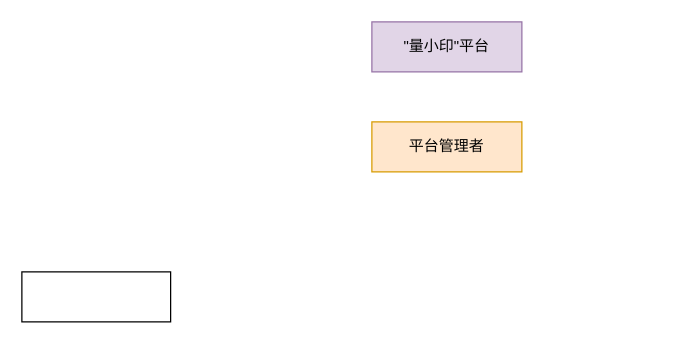
Before: 组织结构.drawio in domexie/cjlu.ink.drawio, a draw.io diagram. Source tidied: cells renumbered, new cells numbered last; positions are measured from the earlier drawing's top-left corner, leaving out a move shared by most shapes. Both pictures are drawn from the tidied source at 125%, with x=0, y=0 at pixel (21, 21).
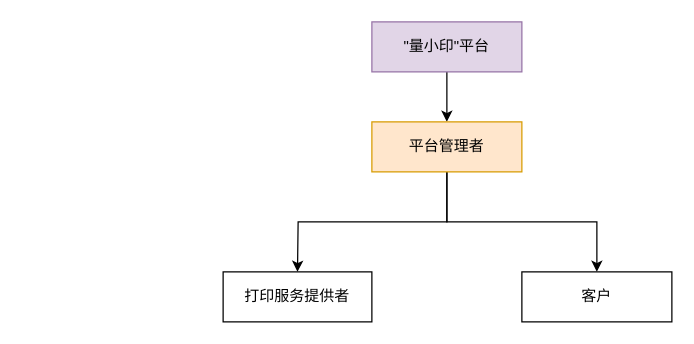
The same page after the edit.

Commit message (it also covers changes not shown here):
更新组织结构.drawio

What changed in the source:
```diff
@@
 <mxGraphModel>
   <root>
     <mxCell id="0" />
     <mxCell id="1" parent="0" />
+    <mxCell id="5" style="edgeStyle=none;rounded=0;jettySize=auto;html=1;exitX=0.5;exitY=1;exitDx=0;exitDy=0;entryX=0.5;entryY=0;entryDx=0;entryDy=0;fontFamily=Helvetica;fontSize=12;fontColor=default;" parent="1" edge="1" source="2" target="3">
+      <mxGeometry relative="1" as="geometry" />
+    </mxCell>
     <mxCell id="2" value="&quot;量小印&quot;平台" style="rounded=0;whiteSpace=wrap;html=1;fillColor=#e1d5e7;strokeColor=#9673a6;" parent="1" vertex="1">
       <mxGeometry x="280" width="120" height="40" as="geometry" />
     </mxCell>
+    <mxCell id="6" style="edgeStyle=none;rounded=0;jettySize=auto;html=1;exitX=0.5;exitY=1;exitDx=0;exitDy=0;entryX=0.5;entryY=0;entryDx=0;entryDy=0;fontFamily=Helvetica;fontSize=12;fontColor=default;" parent="1" edge="1" source="3" target="4">
+      <mxGeometry relative="1" as="geometry">
+        <Array as="points">
+          <mxPoint x="340" y="160" />
+          <mxPoint x="221" y="160" />
+        </Array>
+      </mxGeometry>
+    </mxCell>
+    <mxCell id="7" style="edgeStyle=none;rounded=0;jettySize=auto;html=1;exitX=0.5;exitY=1;exitDx=0;exitDy=0;entryX=0.5;entryY=0;entryDx=0;entryDy=0;fontFamily=Helvetica;fontSize=12;fontColor=default;" parent="1" edge="1" source="3" target="8">
+      <mxGeometry relative="1" as="geometry">
+        <Array as="points">
+          <mxPoint x="340" y="160" />
+          <mxPoint x="460" y="160" />
+        </Array>
+      </mxGeometry>
+    </mxCell>
     <mxCell id="3" value="平台管理者" style="rounded=0;whiteSpace=wrap;html=1;fillColor=#ffe6cc;strokeColor=#d79b00;" parent="1" vertex="1">
       <mxGeometry x="280" y="80" width="120" height="40" as="geometry" />
     </mxCell>
-    <mxCell id="4" style="rounded=0;whiteSpace=wrap;html=1;" parent="1" vertex="1">
-      <mxGeometry y="200" width="119" height="40" as="geometry" />
+    <mxCell id="4" value="打印服务提供者" style="rounded=0;whiteSpace=wrap;html=1;" parent="1" vertex="1">
+      <mxGeometry x="161" y="200" width="119" height="40" as="geometry" />
     </mxCell>
+    <mxCell id="8" value="客户" style="rounded=0;whiteSpace=wrap;html=1;align=center;verticalAlign=middle;fontFamily=Helvetica;fontSize=12;" parent="1" vertex="1">
+      <mxGeometry x="400" y="200" width="120" height="40" as="geometry" />
+    </mxCell>
   </root>
 </mxGraphModel>
```
